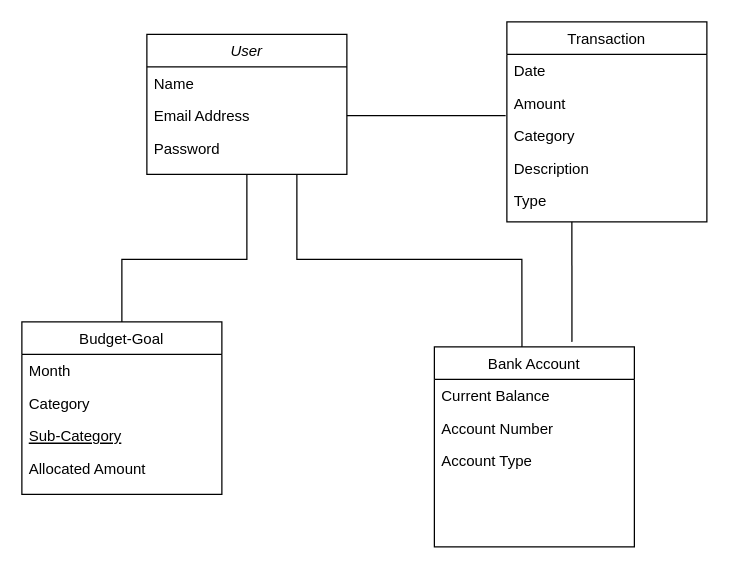
Earlier version of the draw.io diagram images/Untitled Diagram.drawio (calvin-cs262-Fall2024-TheATeam/Centsible-Project). Source tidied: cells renumbered, new cells numbered last; positions are measured from the earlier drawing's top-left corner, leaving out a move shared by most shapes. Both pictures are drawn from the tidied source at 125%, with x=0, y=0 at pixel (21, 21).
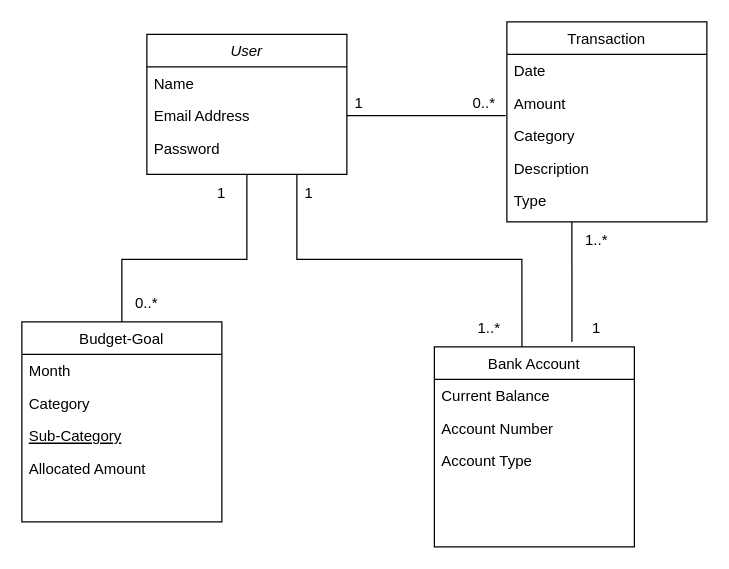
The same page after the edit.

Unchanged cells that the change refers to:
```xml
<mxCell id="2" value="User" style="swimlane;fontStyle=2;align=center;verticalAlign=top;horizontal=1;startSize=26;rounded=0;shadow=0;strokeWidth=1;" parent="1" vertex="1">
  <mxGeometry x="100" y="10" width="160" height="112" as="geometry" />
</mxCell>
<mxCell id="19" value="Bank Account" style="swimlane;fontStyle=0;align=center;verticalAlign=top;horizontal=1;startSize=26;rounded=0;shadow=0;strokeWidth=1;" parent="1" vertex="1">
  <mxGeometry x="330" y="260" width="160" height="160" as="geometry" />
</mxCell>
```

Diff of the diagram source:
```diff
@@
     <mxCell id="6" value="Budget-Goal" style="swimlane;fontStyle=0;align=center;verticalAlign=top;horizontal=1;startSize=26;rounded=0;shadow=0;strokeWidth=1;" parent="1" vertex="1">
-      <mxGeometry y="240" width="160" height="138" as="geometry" />
+      <mxGeometry y="240" width="160" height="160" as="geometry" />
     </mxCell>
@@
+    <mxCell id="24" style="endArrow=none;html=1;rounded=0;entryX=0.75;entryY=1;entryDx=0;entryDy=0;exitX=0.438;exitY=0;exitDx=0;exitDy=0;exitPerimeter=0;" parent="6" edge="1" source="19" target="2">
+      <mxGeometry relative="1" as="geometry">
+        <Array as="points">
+          <mxPoint x="400" y="-50" />
+          <mxPoint x="220" y="-50" />
+        </Array>
+      </mxGeometry>
+    </mxCell>
@@
-    <mxCell id="17" style="endArrow=none;html=1;rounded=0;exitX=0.5;exitY=0;exitDx=0;exitDy=0;entryX=0.5;entryY=1;entryDx=0;entryDy=0;" parent="1" edge="1" source="6" target="2">
+    <mxCell id="17" style="endArrow=none;html=1;rounded=0;exitX=0.5;exitY=0;exitDx=0;exitDy=0;entryX=0.5;entryY=1;entryDx=0;entryDy=0;" parent="1" edge="1">
       <mxGeometry relative="1" as="geometry">
+        <mxPoint x="80" y="240" as="sourcePoint" />
+        <mxPoint x="180" y="122" as="targetPoint" />
         <Array as="points">
           <mxPoint x="80" y="190" />
           <mxPoint x="180" y="190" />
         </Array>
       </mxGeometry>
     </mxCell>
@@
-    <mxCell id="24" style="endArrow=none;html=1;rounded=0;entryX=0.75;entryY=1;entryDx=0;entryDy=0;exitX=0.438;exitY=0;exitDx=0;exitDy=0;exitPerimeter=0;" parent="1" edge="1" source="19" target="2">
-      <mxGeometry relative="1" as="geometry">
-        <Array as="points">
-          <mxPoint x="400" y="190" />
-          <mxPoint x="220" y="190" />
-        </Array>
-      </mxGeometry>
-    </mxCell>
+    <mxCell id="25" value="1" style="text;html=1;align=center;verticalAlign=middle;whiteSpace=wrap;rounded=0;" parent="1" vertex="1">
+      <mxGeometry x="240" y="50" width="60" height="30" as="geometry" />
+    </mxCell>
+    <mxCell id="26" value="1" style="text;html=1;align=center;verticalAlign=middle;whiteSpace=wrap;rounded=0;" parent="1" vertex="1">
+      <mxGeometry x="200" y="122" width="60" height="30" as="geometry" />
+    </mxCell>
+    <mxCell id="27" value="1" style="text;html=1;align=center;verticalAlign=middle;whiteSpace=wrap;rounded=0;" parent="1" vertex="1">
+      <mxGeometry x="130" y="122" width="60" height="30" as="geometry" />
+    </mxCell>
+    <mxCell id="28" value="0..*" style="text;html=1;align=center;verticalAlign=middle;whiteSpace=wrap;rounded=0;" parent="1" vertex="1">
+      <mxGeometry x="70" y="210" width="60" height="30" as="geometry" />
+    </mxCell>
+    <mxCell id="29" value="1..*" style="text;html=1;align=center;verticalAlign=middle;whiteSpace=wrap;rounded=0;" parent="1" vertex="1">
+      <mxGeometry x="294" y="230" width="160" height="30" as="geometry" />
+    </mxCell>
+    <mxCell id="30" value="1" style="text;html=1;align=center;verticalAlign=middle;whiteSpace=wrap;rounded=0;" parent="1" vertex="1">
+      <mxGeometry x="430" y="230" width="60" height="30" as="geometry" />
+    </mxCell>
+    <mxCell id="31" value="1..*" style="text;html=1;align=center;verticalAlign=middle;whiteSpace=wrap;rounded=0;" parent="1" vertex="1">
+      <mxGeometry x="430" y="160" width="60" height="30" as="geometry" />
+    </mxCell>
+    <mxCell id="32" value="0..*" style="text;html=1;align=center;verticalAlign=middle;whiteSpace=wrap;rounded=0;" parent="1" vertex="1">
+      <mxGeometry x="340" y="50" width="60" height="30" as="geometry" />
+    </mxCell>
```
